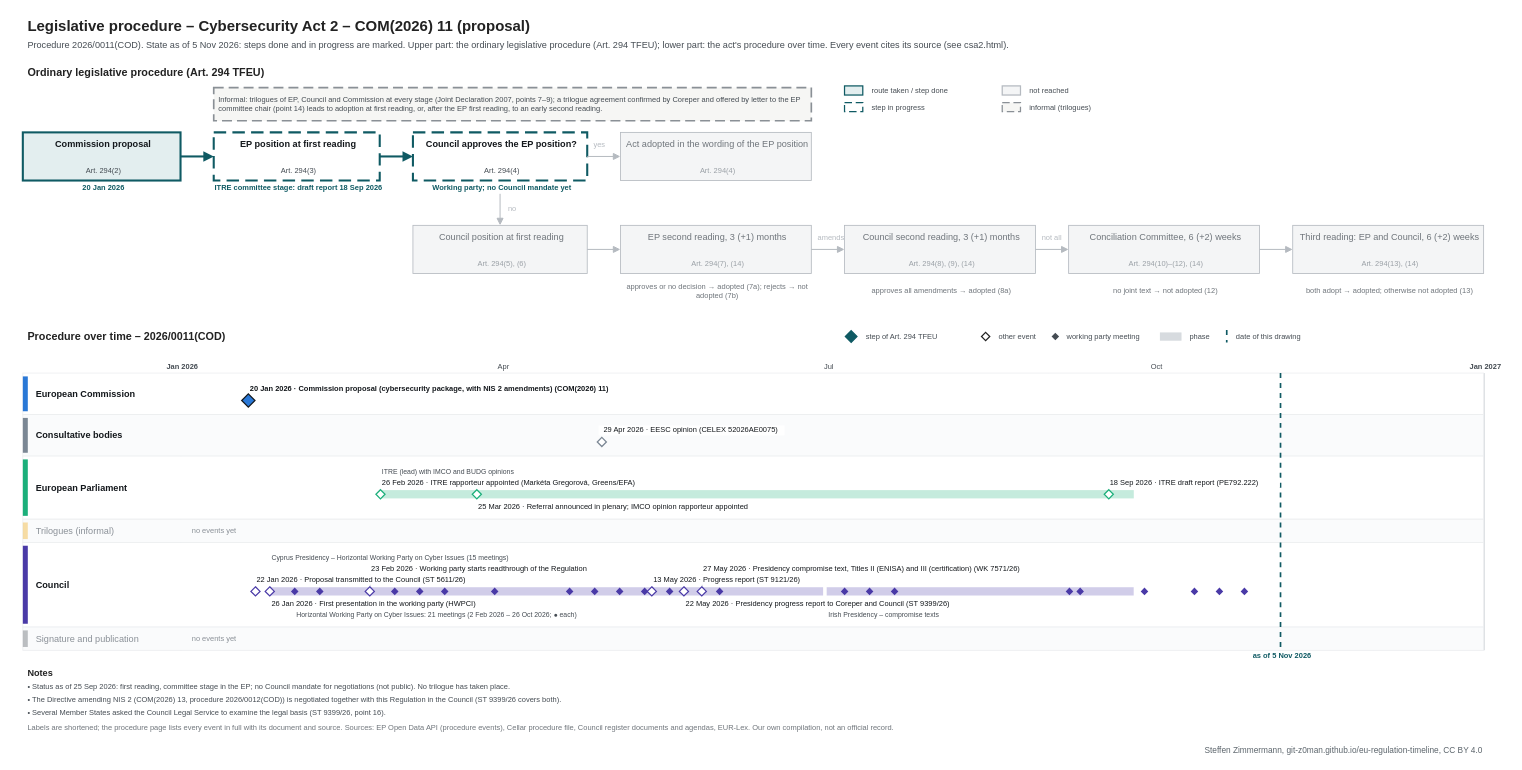
git-z0man/eu-regulation-timeline keeps this draw.io diagram as procedures/csa2.drawio. Above is the earlier version. Source tidied: cells renumbered, new cells numbered last; positions are measured from the earlier drawing's top-left corner, leaving out a move shared by most shapes. Both pictures are drawn from the tidied source at 83%, with x=0, y=0 at pixel (14, 14).
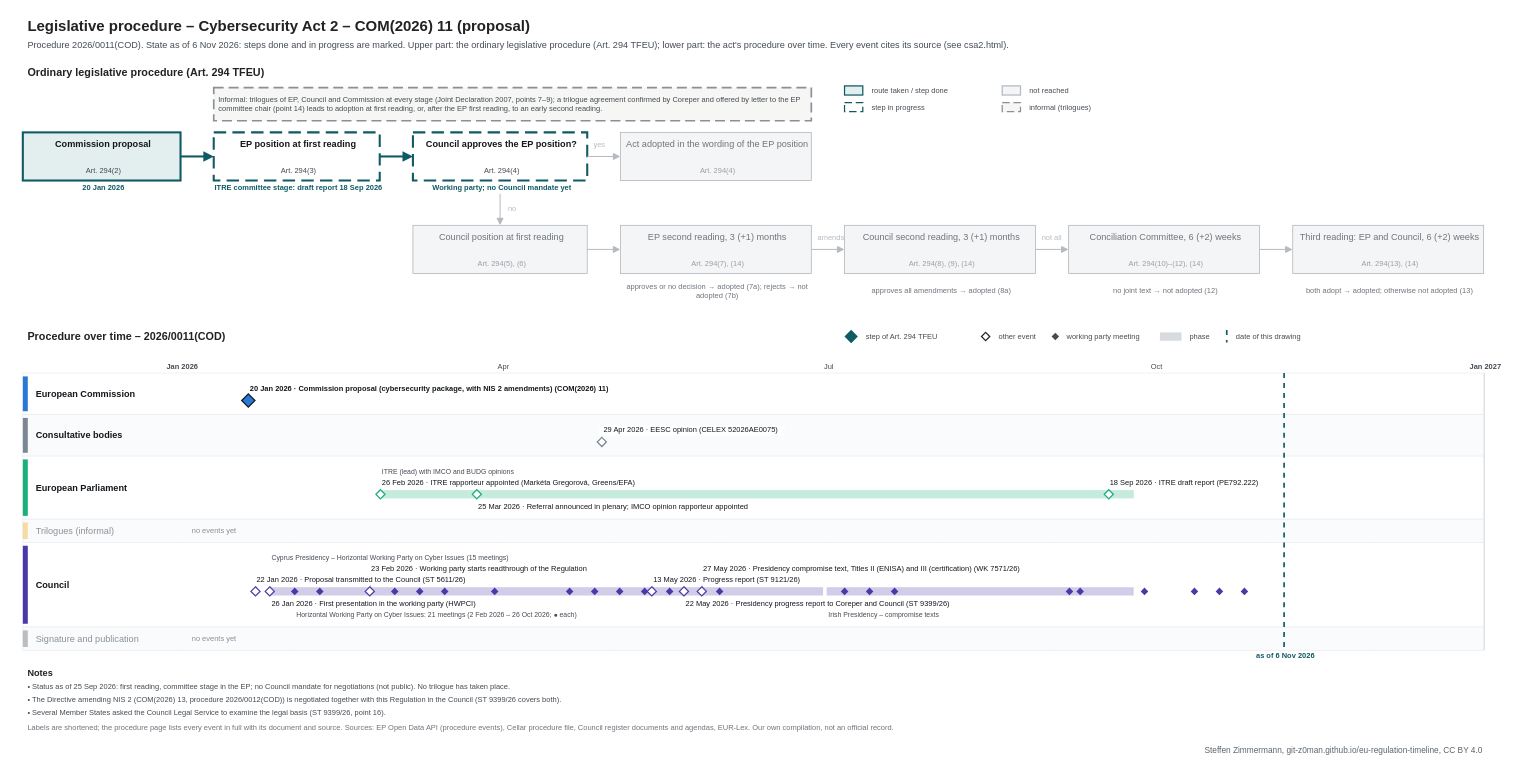
After the change.

The edit, as a diff of the source:
```diff
@@
-    <mxCell id="3" value="Procedure 2026/0011(COD). State as of 5 Nov 2026: steps done and in progress are marked. Upper part: the ordinary legislative procedure (Art. 294 TFEU); lower part: the act's procedure over time. Every event cites its source (see csa2.html)." style="text;html=1;fontSize=11;fontColor=#454c53;align=left;verticalAlign=middle;spacingLeft=4;" parent="1" vertex="1">
+    <mxCell id="3" value="Procedure 2026/0011(COD). State as of 6 Nov 2026: steps done and in progress are marked. Upper part: the ordinary legislative procedure (Art. 294 TFEU); lower part: the act's procedure over time. Every event cites its source (see csa2.html)." style="text;html=1;fontSize=11;fontColor=#454c53;align=left;verticalAlign=middle;spacingLeft=4;" parent="1" vertex="1">
       <mxGeometry x="10" y="28" width="1700" height="18" as="geometry" />
     </mxCell>
@@
     <mxCell id="110" style="line;html=1;strokeWidth=2;strokeColor=#0f5a63;direction=south;dashed=1;" parent="1" vertex="1">
-      <mxGeometry x="1524.8" y="432" width="1" height="334" as="geometry" />
+      <mxGeometry x="1529.1" y="432" width="1" height="334" as="geometry" />
     </mxCell>
-    <mxCell id="111" value="as of 5 Nov 2026" style="text;html=1;fontSize=9;fontColor=#0f5a63;align=center;verticalAlign=middle;spacingLeft=4;fontStyle=1;" parent="1" vertex="1">
-      <mxGeometry x="1464.8" y="767" width="120" height="12" as="geometry" />
+    <mxCell id="111" value="as of 6 Nov 2026" style="text;html=1;fontSize=9;fontColor=#0f5a63;align=center;verticalAlign=middle;spacingLeft=4;fontStyle=1;" parent="1" vertex="1">
+      <mxGeometry x="1469.1" y="767" width="120" height="12" as="geometry" />
     </mxCell>
```
